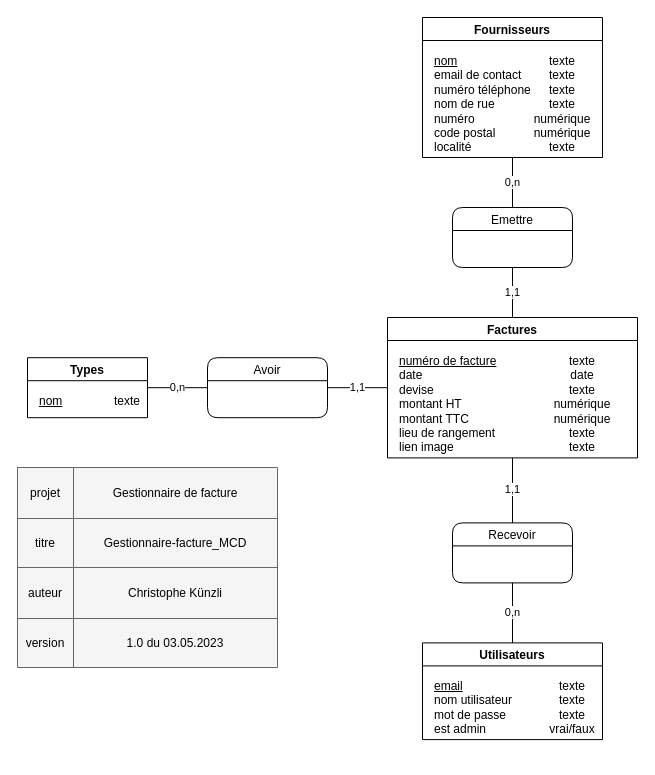
Before: Documentation/Gestionnaire-factures_MCD.drawio in ChristopheKunzli/Gestionnaire-factures, a draw.io diagram. Source tidied: cells renumbered, new cells numbered last; positions are measured from the earlier drawing's top-left corner, leaving out a move shared by most shapes. Both pictures are drawn from the tidied source at 100%, with x=0, y=0 at pixel (17, 17).
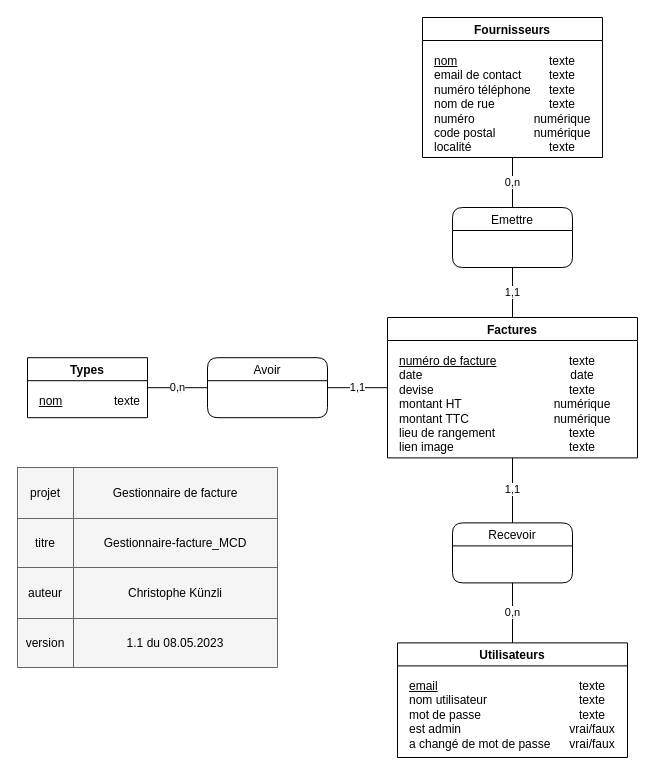
After the change.

The change refers to these unchanged cells:
```xml
<mxCell id="12" style="shape=tableRow;horizontal=0;startSize=0;swimlaneHead=0;swimlaneBody=0;top=0;left=0;bottom=0;right=0;fillColor=none;" parent="2" vertex="1">
  <mxGeometry y="151" width="260" height="49" as="geometry" />
</mxCell>
```

What changed in the source:
```diff
@@
-    <mxCell id="14" value="1.0 du 03.05.2023" style="shape=partialRectangle;html=1;whiteSpace=wrap;fillColor=none;top=0;left=0;bottom=0;right=0;overflow=hidden;" parent="12" vertex="1">
+    <mxCell id="14" value="1.1 du 08.05.2023" style="shape=partialRectangle;html=1;whiteSpace=wrap;fillColor=none;top=0;left=0;bottom=0;right=0;overflow=hidden;" parent="12" vertex="1">
       <mxGeometry x="56" width="204" height="49" as="geometry" />
     </mxCell>
@@
     <mxCell id="21" value="Utilisateurs" style="swimlane;startSize=23;" parent="1" vertex="1">
-      <mxGeometry x="405" y="625.4" width="180" height="96.7" as="geometry" />
+      <mxGeometry x="380" y="625.4" width="230" height="114.6" as="geometry" />
     </mxCell>
-    <mxCell id="22" value="&lt;u&gt;email&lt;/u&gt;&lt;br&gt;nom utilisateur&lt;br&gt;mot de passe&lt;br&gt;est admin" style="text;html=1;strokeColor=none;fillColor=none;align=left;verticalAlign=top;whiteSpace=wrap;rounded=0;labelPosition=center;verticalLabelPosition=middle;" parent="21" vertex="1">
-      <mxGeometry x="10" y="30" width="110" height="70" as="geometry" />
+    <mxCell id="22" value="&lt;u&gt;email&lt;/u&gt;&lt;br&gt;nom utilisateur&lt;br&gt;mot de passe&lt;br&gt;est admin&lt;br&gt;a changé de mot de passe" style="text;html=1;strokeColor=none;fillColor=none;align=left;verticalAlign=top;whiteSpace=wrap;rounded=0;labelPosition=center;verticalLabelPosition=middle;" parent="21" vertex="1">
+      <mxGeometry x="10" y="30" width="150" height="80" as="geometry" />
     </mxCell>
-    <mxCell id="23" value="texte&lt;br&gt;texte&lt;br&gt;texte&lt;br&gt;vrai/faux" style="text;html=1;strokeColor=none;fillColor=none;align=center;verticalAlign=top;whiteSpace=wrap;rounded=0;" parent="21" vertex="1">
-      <mxGeometry x="120" y="30" width="60" height="70" as="geometry" />
+    <mxCell id="23" value="texte&lt;br&gt;texte&lt;br&gt;texte&lt;br&gt;vrai/faux&lt;br&gt;vrai/faux" style="text;html=1;strokeColor=none;fillColor=none;align=center;verticalAlign=top;whiteSpace=wrap;rounded=0;" parent="21" vertex="1">
+      <mxGeometry x="165" y="30" width="60" height="80" as="geometry" />
     </mxCell>
```
